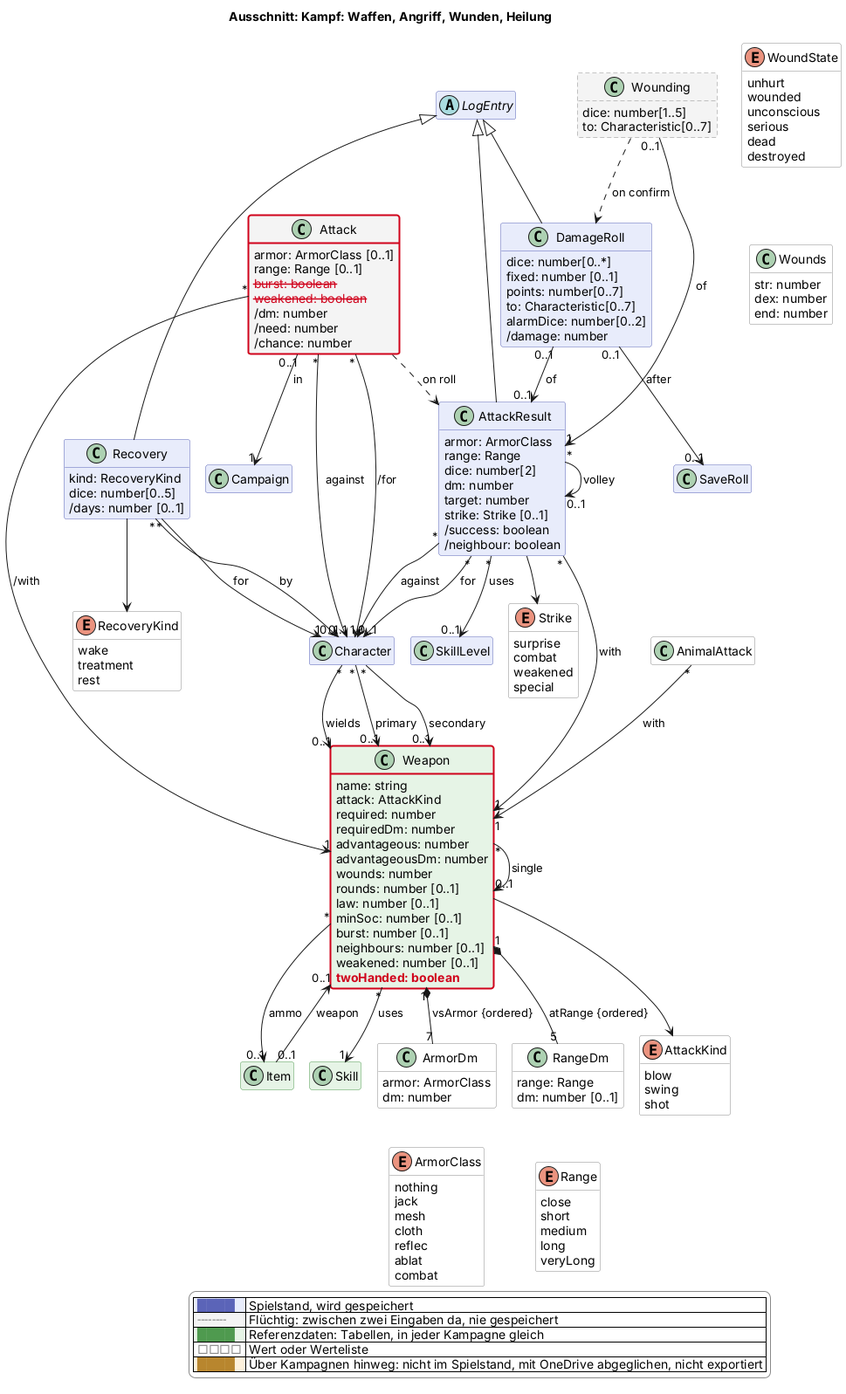
Before: docs/views/kampf.png, a diagram exported from PlantUML (scuzzar/SRE).
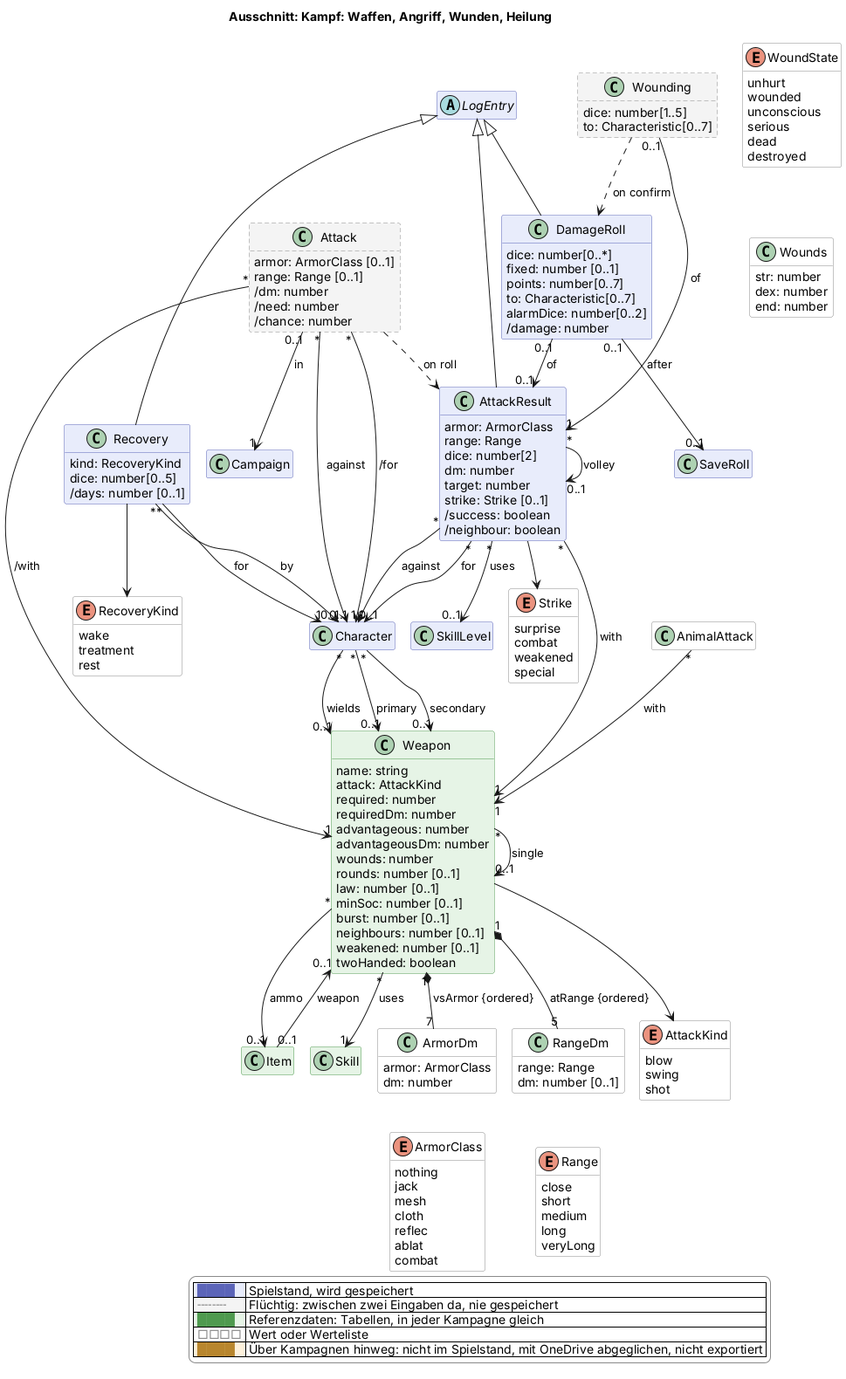
The same file after the commit.

The edit, as a diff of the source:
```diff
@@ -85,8 +85,6 @@
   class Attack <<transient>> $kampf {
     armor: ArmorClass [0..1]
     range: Range [0..1]
-    $gone("2026-11-26", "burst: boolean")
-    $gone("2026-11-26", "weakened: boolean")
     /dm: number
     /need: number
     /chance: number
@@ -160,7 +158,7 @@
     burst: number [0..1]
     neighbours: number [0..1]
     weakened: number [0..1]
-    $new("2026-11-26", "twoHanded: boolean")
+    twoHanded: boolean
   }
   class ArmorDm <<value>> $kampf {
     armor: ArmorClass
@@ -249,6 +247,4 @@
   |<#ffffff> <color:#8a8a8a>□□□□</color> | Wert oder Werteliste |
   |<#fdf1dc> <color:#b8862e>████</color> | Über Kampagnen hinweg: nicht im Spielstand, mit OneDrive abgeglichen, nicht exportiert |
 endlegend
-class Attack #line:d0021b;line.bold
-class Weapon #line:d0021b;line.bold
 @enduml
```
